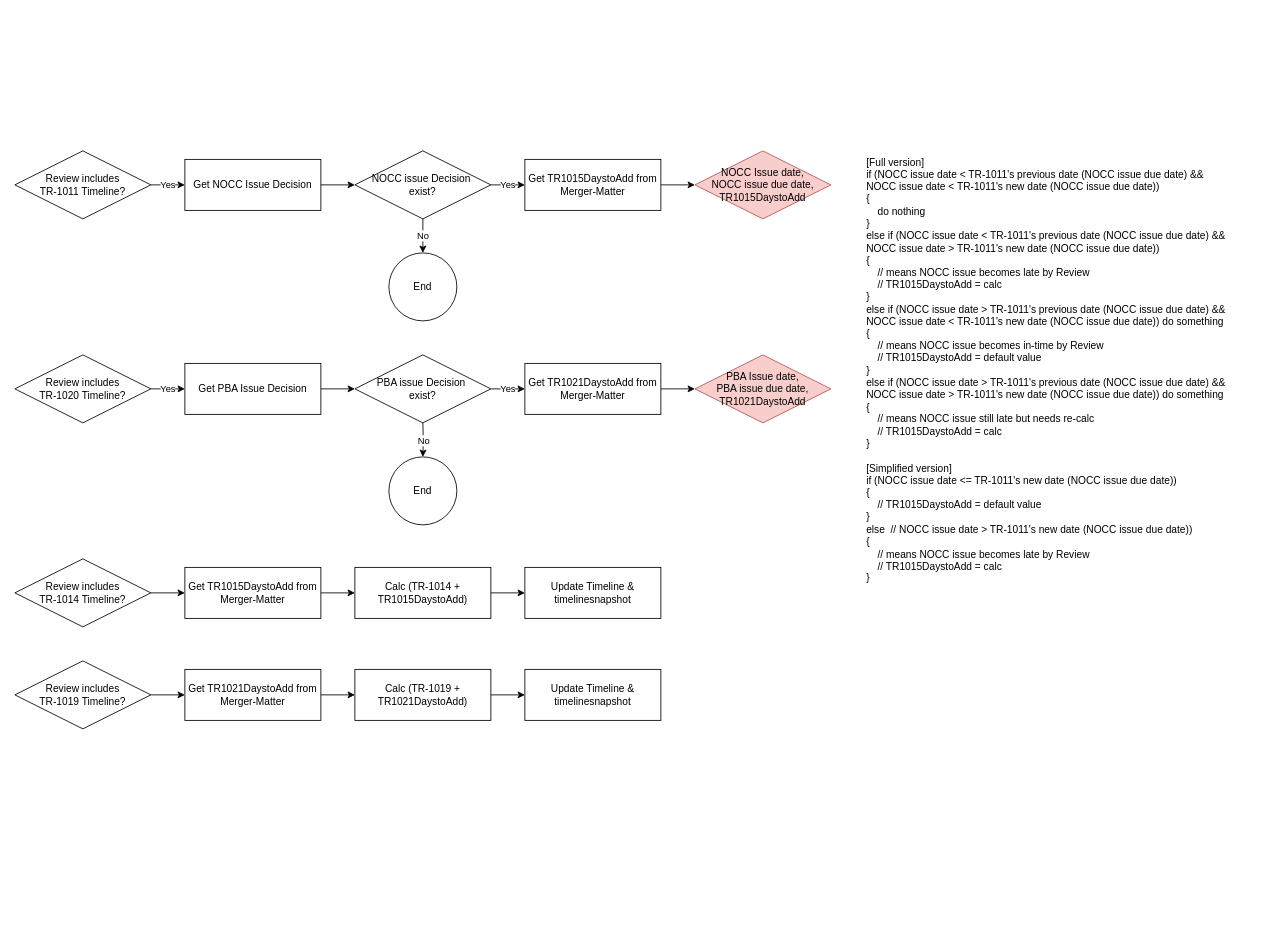
Earlier version of the draw.io diagram page "Review" (20 of 20) of Merger.drawio (danieldotskc/helloworld). Source tidied: cells renumbered, new cells numbered last; positions are measured from the earlier drawing's top-left corner, leaving out a move shared by most shapes. Both pictures are drawn from the tidied source at 85%, with x=0, y=0 at pixel (14, 150).
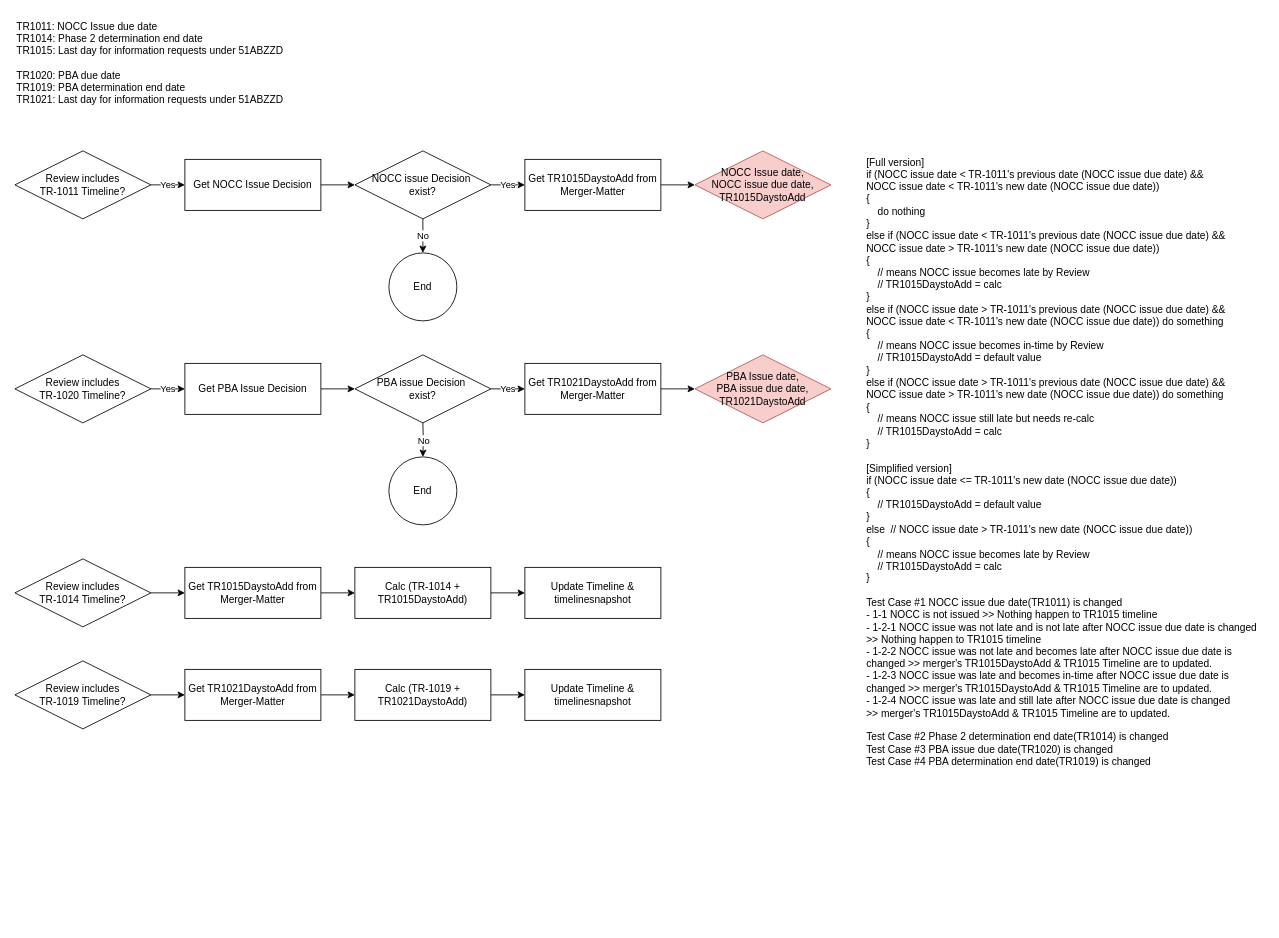
After the change.

Change to the diagram source:
```diff
@@
-    <mxCell id="30" value="&lt;div&gt;[Full version]&lt;/div&gt;if (NOCC issue date &amp;lt; TR-1011's previous date (NOCC issue due date) &amp;amp;&amp;amp;&lt;div&gt;NOCC issue date &amp;lt; TR-1011's new date (NOCC issue due date))&lt;/div&gt;&lt;div&gt;{&amp;nbsp;&lt;/div&gt;&lt;div&gt;&amp;nbsp; &amp;nbsp; do nothing&lt;/div&gt;&lt;div&gt;}&lt;/div&gt;&lt;div&gt;else if (&lt;span style=&quot;background-color: transparent; color: light-dark(rgb(0, 0, 0), rgb(255, 255, 255));&quot;&gt;NOCC issue date &amp;lt;&amp;nbsp;&lt;/span&gt;&lt;span style=&quot;background-color: transparent; color: light-dark(rgb(0, 0, 0), rgb(255, 255, 255));&quot;&gt;TR-1011's previous date (NOCC issue due date) &amp;amp;&amp;amp;&lt;/span&gt;&lt;/div&gt;&lt;div&gt;NOCC issue date &amp;gt; TR-1011's new date (NOCC issue due date))&amp;nbsp;&lt;/div&gt;&lt;div&gt;{&lt;/div&gt;&lt;div&gt;&amp;nbsp; &amp;nbsp; // means NOCC issue becomes late by Review&lt;/div&gt;&lt;div&gt;&amp;nbsp; &amp;nbsp; // TR1015DaystoAdd = calc&lt;/div&gt;&lt;div&gt;}&lt;/div&gt;&lt;div&gt;&lt;div&gt;else if (&lt;span style=&quot;background-color: transparent; color: light-dark(rgb(0, 0, 0), rgb(255, 255, 255));&quot;&gt;NOCC issue date &amp;gt;&amp;nbsp;&lt;/span&gt;&lt;span style=&quot;background-color: transparent; color: light-dark(rgb(0, 0, 0), rgb(255, 255, 255));&quot;&gt;TR-1011's previous date (NOCC issue due date) &amp;amp;&amp;amp;&lt;/span&gt;&lt;/div&gt;&lt;div&gt;NOCC issue date &amp;lt; TR-1011's new date (NOCC issue due date)) do something&lt;/div&gt;&lt;/div&gt;&lt;div&gt;&lt;div&gt;{&lt;/div&gt;&lt;div&gt;&amp;nbsp; &amp;nbsp; // means NOCC issue becomes in-time by Review&lt;/div&gt;&lt;div&gt;&amp;nbsp; &amp;nbsp; // TR1015DaystoAdd = default value&lt;/div&gt;&lt;div&gt;}&lt;/div&gt;&lt;div&gt;&lt;/div&gt;&lt;/div&gt;&lt;div&gt;&lt;div&gt;else if (&lt;span style=&quot;background-color: transparent; color: light-dark(rgb(0, 0, 0), rgb(255, 255, 255));&quot;&gt;NOCC issue date &amp;gt;&amp;nbsp;&lt;/span&gt;&lt;span style=&quot;background-color: transparent; color: light-dark(rgb(0, 0, 0), rgb(255, 255, 255));&quot;&gt;TR-1011's previous date (NOCC issue due date) &amp;amp;&amp;amp;&lt;/span&gt;&lt;/div&gt;&lt;div&gt;NOCC issue date &amp;gt; TR-1011's new date (NOCC issue due date)) do something&lt;/div&gt;&lt;/div&gt;&lt;div&gt;{&lt;/div&gt;&lt;div&gt;&amp;nbsp; &amp;nbsp;&amp;nbsp;&lt;span style=&quot;background-color: transparent; color: light-dark(rgb(0, 0, 0), rgb(255, 255, 255));&quot;&gt;// means NOCC issue still late but needs re-calc&lt;/span&gt;&lt;/div&gt;&lt;div&gt;&amp;nbsp; &amp;nbsp; // TR1015DaystoAdd = calc&lt;/div&gt;&lt;div&gt;}&lt;/div&gt;&lt;div&gt;&lt;br&gt;&lt;/div&gt;&lt;div&gt;[Simplified version]&lt;/div&gt;&lt;div&gt;if (&lt;span style=&quot;background-color: transparent; color: light-dark(rgb(0, 0, 0), rgb(255, 255, 255));&quot;&gt;NOCC issue date &amp;lt;= TR-1011's new date (NOCC issue due date))&lt;/span&gt;&lt;div&gt;{&amp;nbsp;&lt;/div&gt;&lt;div&gt;&amp;nbsp; &amp;nbsp;&amp;nbsp;&lt;span style=&quot;background-color: transparent; color: light-dark(rgb(0, 0, 0), rgb(255, 255, 255));&quot;&gt;// TR1015DaystoAdd = default value&lt;/span&gt;&lt;/div&gt;&lt;div&gt;}&lt;/div&gt;&lt;div&gt;else&amp;nbsp; //&amp;nbsp;&lt;span style=&quot;background-color: transparent; color: light-dark(rgb(0, 0, 0), rgb(255, 255, 255));&quot;&gt;NOCC issue date &amp;gt; TR-1011's new date (NOCC issue due date))&amp;nbsp;&lt;/span&gt;&lt;/div&gt;&lt;div&gt;{&lt;/div&gt;&lt;div&gt;&amp;nbsp; &amp;nbsp; // means NOCC issue becomes late by Review&lt;/div&gt;&lt;div&gt;&amp;nbsp; &amp;nbsp; // TR1015DaystoAdd = calc&lt;/div&gt;&lt;div&gt;}&lt;/div&gt;&lt;/div&gt;" style="text;html=1;align=left;verticalAlign=top;whiteSpace=wrap;rounded=0;" parent="1" vertex="1">
-      <mxGeometry x="1000" width="470" height="520" as="geometry" />
+    <mxCell id="30" value="&lt;div&gt;[Full version]&lt;/div&gt;if (NOCC issue date &amp;lt; TR-1011's previous date (NOCC issue due date) &amp;amp;&amp;amp;&lt;div&gt;NOCC issue date &amp;lt; TR-1011's new date (NOCC issue due date))&lt;/div&gt;&lt;div&gt;{&amp;nbsp;&lt;/div&gt;&lt;div&gt;&amp;nbsp; &amp;nbsp; do nothing&lt;/div&gt;&lt;div&gt;}&lt;/div&gt;&lt;div&gt;else if (&lt;span style=&quot;background-color: transparent; color: light-dark(rgb(0, 0, 0), rgb(255, 255, 255));&quot;&gt;NOCC issue date &amp;lt;&amp;nbsp;&lt;/span&gt;&lt;span style=&quot;background-color: transparent; color: light-dark(rgb(0, 0, 0), rgb(255, 255, 255));&quot;&gt;TR-1011's previous date (NOCC issue due date) &amp;amp;&amp;amp;&lt;/span&gt;&lt;/div&gt;&lt;div&gt;NOCC issue date &amp;gt; TR-1011's new date (NOCC issue due date))&amp;nbsp;&lt;/div&gt;&lt;div&gt;{&lt;/div&gt;&lt;div&gt;&amp;nbsp; &amp;nbsp; // means NOCC issue becomes late by Review&lt;/div&gt;&lt;div&gt;&amp;nbsp; &amp;nbsp; // TR1015DaystoAdd = calc&lt;/div&gt;&lt;div&gt;}&lt;/div&gt;&lt;div&gt;&lt;div&gt;else if (&lt;span style=&quot;background-color: transparent; color: light-dark(rgb(0, 0, 0), rgb(255, 255, 255));&quot;&gt;NOCC issue date &amp;gt;&amp;nbsp;&lt;/span&gt;&lt;span style=&quot;background-color: transparent; color: light-dark(rgb(0, 0, 0), rgb(255, 255, 255));&quot;&gt;TR-1011's previous date (NOCC issue due date) &amp;amp;&amp;amp;&lt;/span&gt;&lt;/div&gt;&lt;div&gt;NOCC issue date &amp;lt; TR-1011's new date (NOCC issue due date)) do something&lt;/div&gt;&lt;/div&gt;&lt;div&gt;&lt;div&gt;{&lt;/div&gt;&lt;div&gt;&amp;nbsp; &amp;nbsp; // means NOCC issue becomes in-time by Review&lt;/div&gt;&lt;div&gt;&amp;nbsp; &amp;nbsp; // TR1015DaystoAdd = default value&lt;/div&gt;&lt;div&gt;}&lt;/div&gt;&lt;div&gt;&lt;/div&gt;&lt;/div&gt;&lt;div&gt;&lt;div&gt;else if (&lt;span style=&quot;background-color: transparent; color: light-dark(rgb(0, 0, 0), rgb(255, 255, 255));&quot;&gt;NOCC issue date &amp;gt;&amp;nbsp;&lt;/span&gt;&lt;span style=&quot;background-color: transparent; color: light-dark(rgb(0, 0, 0), rgb(255, 255, 255));&quot;&gt;TR-1011's previous date (NOCC issue due date) &amp;amp;&amp;amp;&lt;/span&gt;&lt;/div&gt;&lt;div&gt;NOCC issue date &amp;gt; TR-1011's new date (NOCC issue due date)) do something&lt;/div&gt;&lt;/div&gt;&lt;div&gt;{&lt;/div&gt;&lt;div&gt;&amp;nbsp; &amp;nbsp;&amp;nbsp;&lt;span style=&quot;background-color: transparent; color: light-dark(rgb(0, 0, 0), rgb(255, 255, 255));&quot;&gt;// means NOCC issue still late but needs re-calc&lt;/span&gt;&lt;/div&gt;&lt;div&gt;&amp;nbsp; &amp;nbsp; // TR1015DaystoAdd = calc&lt;/div&gt;&lt;div&gt;}&lt;/div&gt;&lt;div&gt;&lt;br&gt;&lt;/div&gt;&lt;div&gt;[Simplified version]&lt;/div&gt;&lt;div&gt;if (&lt;span style=&quot;background-color: transparent; color: light-dark(rgb(0, 0, 0), rgb(255, 255, 255));&quot;&gt;NOCC issue date &amp;lt;= TR-1011's new date (NOCC issue due date))&lt;/span&gt;&lt;div&gt;{&amp;nbsp;&lt;/div&gt;&lt;div&gt;&amp;nbsp; &amp;nbsp;&amp;nbsp;&lt;span style=&quot;background-color: transparent; color: light-dark(rgb(0, 0, 0), rgb(255, 255, 255));&quot;&gt;// TR1015DaystoAdd = default value&lt;/span&gt;&lt;/div&gt;&lt;div&gt;}&lt;/div&gt;&lt;div&gt;else&amp;nbsp; //&amp;nbsp;&lt;span style=&quot;background-color: transparent; color: light-dark(rgb(0, 0, 0), rgb(255, 255, 255));&quot;&gt;NOCC issue date &amp;gt; TR-1011's new date (NOCC issue due date))&amp;nbsp;&lt;/span&gt;&lt;/div&gt;&lt;div&gt;{&lt;/div&gt;&lt;div&gt;&amp;nbsp; &amp;nbsp; // means NOCC issue becomes late by Review&lt;/div&gt;&lt;div&gt;&amp;nbsp; &amp;nbsp; // TR1015DaystoAdd = calc&lt;/div&gt;&lt;div&gt;}&lt;/div&gt;&lt;/div&gt;&lt;div&gt;&lt;br&gt;&lt;/div&gt;&lt;div&gt;Test Case #1 NOCC issue due date(TR1011) is changed&lt;/div&gt;&lt;div&gt;- 1-1 NOCC is not issued &amp;gt;&amp;gt; Nothing happen to TR1015 timeline&lt;/div&gt;&lt;div&gt;- 1-2-1 NOCC issue was not late and is not late after NOCC issue due date is changed &amp;gt;&amp;gt;&amp;nbsp;&lt;span style=&quot;background-color: transparent; color: light-dark(rgb(0, 0, 0), rgb(255, 255, 255));&quot;&gt;Nothing happen to TR1015 timeline&lt;/span&gt;&lt;/div&gt;&lt;div&gt;- 1-2-2&amp;nbsp;&lt;span style=&quot;background-color: transparent; color: light-dark(rgb(0, 0, 0), rgb(255, 255, 255));&quot;&gt;NOCC issue was not late and becomes late after NOCC issue due date is changed &amp;gt;&amp;gt; merger's TR1015DaystoAdd &amp;amp; TR1015 Timeline are to updated.&lt;/span&gt;&lt;/div&gt;&lt;div&gt;&lt;span style=&quot;background-color: transparent; color: light-dark(rgb(0, 0, 0), rgb(255, 255, 255));&quot;&gt;- 1-2-3&amp;nbsp;&lt;/span&gt;&lt;span style=&quot;background-color: transparent; color: light-dark(rgb(0, 0, 0), rgb(255, 255, 255));&quot;&gt;NOCC issue was late and becomes in-time after NOCC issue due date is changed &amp;gt;&amp;gt;&amp;nbsp;&lt;/span&gt;&lt;span style=&quot;background-color: transparent; color: light-dark(rgb(0, 0, 0), rgb(255, 255, 255));&quot;&gt;merger's TR1015DaystoAdd &amp;amp; TR1015 Timeline are to updated.&lt;/span&gt;&lt;/div&gt;&lt;div&gt;&lt;span style=&quot;color: light-dark(rgb(0, 0, 0), rgb(255, 255, 255)); background-color: transparent;&quot;&gt;- 1-2-4&amp;nbsp;&lt;/span&gt;&lt;span style=&quot;color: light-dark(rgb(0, 0, 0), rgb(255, 255, 255)); background-color: transparent;&quot;&gt;NOCC issue was late and still late after NOCC issue due date is changed &amp;gt;&amp;gt;&amp;nbsp;&lt;/span&gt;&lt;span style=&quot;background-color: transparent; color: light-dark(rgb(0, 0, 0), rgb(255, 255, 255));&quot;&gt;&lt;/span&gt;&lt;span style=&quot;background-color: transparent; color: light-dark(rgb(0, 0, 0), rgb(255, 255, 255));&quot;&gt;merger's TR1015DaystoAdd &amp;amp; TR1015 Timeline are to updated.&lt;/span&gt;&lt;/div&gt;&lt;div&gt;&lt;span style=&quot;color: light-dark(rgb(0, 0, 0), rgb(255, 255, 255)); background-color: transparent;&quot;&gt;&lt;br&gt;&lt;/span&gt;&lt;/div&gt;&lt;div&gt;&lt;span style=&quot;color: light-dark(rgb(0, 0, 0), rgb(255, 255, 255)); background-color: transparent;&quot;&gt;Test Case #2 Phase 2 determination end date&lt;/span&gt;&lt;span style=&quot;background-color: transparent; color: light-dark(rgb(0, 0, 0), rgb(255, 255, 255));&quot;&gt;(TR1014)&lt;/span&gt;&lt;span style=&quot;background-color: transparent; color: light-dark(rgb(0, 0, 0), rgb(255, 255, 255));&quot;&gt;&amp;nbsp;is changed&lt;/span&gt;&lt;/div&gt;&lt;div&gt;&lt;span style=&quot;color: light-dark(rgb(0, 0, 0), rgb(255, 255, 255)); background-color: transparent;&quot;&gt;Test Case #3 PBA issue due date(TR1020) is changed&lt;/span&gt;&lt;/div&gt;&lt;div&gt;&lt;span style=&quot;color: light-dark(rgb(0, 0, 0), rgb(255, 255, 255)); background-color: transparent;&quot;&gt;Test Case #4 PBA determination end date&lt;/span&gt;&lt;span style=&quot;color: light-dark(rgb(0, 0, 0), rgb(255, 255, 255)); background-color: transparent;&quot;&gt;(TR1019)&lt;/span&gt;&lt;span style=&quot;color: light-dark(rgb(0, 0, 0), rgb(255, 255, 255)); background-color: transparent;&quot;&gt;&amp;nbsp;is changed&lt;/span&gt;&lt;span style=&quot;color: light-dark(rgb(0, 0, 0), rgb(255, 255, 255)); background-color: transparent;&quot;&gt;&lt;/span&gt;&lt;/div&gt;&lt;div&gt;&lt;span style=&quot;background-color: transparent; color: light-dark(rgb(0, 0, 0), rgb(255, 255, 255));&quot;&gt;&lt;br&gt;&lt;/span&gt;&lt;/div&gt;" style="text;html=1;align=left;verticalAlign=top;whiteSpace=wrap;rounded=0;" parent="1" vertex="1">
+      <mxGeometry x="1000" width="470" height="910" as="geometry" />
     </mxCell>
@@
+    <mxCell id="39" value="TR1011: NOCC Issue due date&lt;div&gt;TR1014: Phase 2 determination end date&lt;/div&gt;&lt;div&gt;TR1015: Last day for information requests under 51ABZZD&lt;/div&gt;&lt;div&gt;&lt;br&gt;&lt;/div&gt;&lt;div&gt;TR1020: PBA due date&lt;/div&gt;&lt;div&gt;TR1019: PBA determination end date&lt;/div&gt;&lt;div&gt;TR1021: Last day for information requests under 51ABZZD&lt;/div&gt;" style="text;html=1;align=left;verticalAlign=top;whiteSpace=wrap;rounded=0;" parent="1" vertex="1">
+      <mxGeometry y="-160" width="360" height="120" as="geometry" />
+    </mxCell>
```
